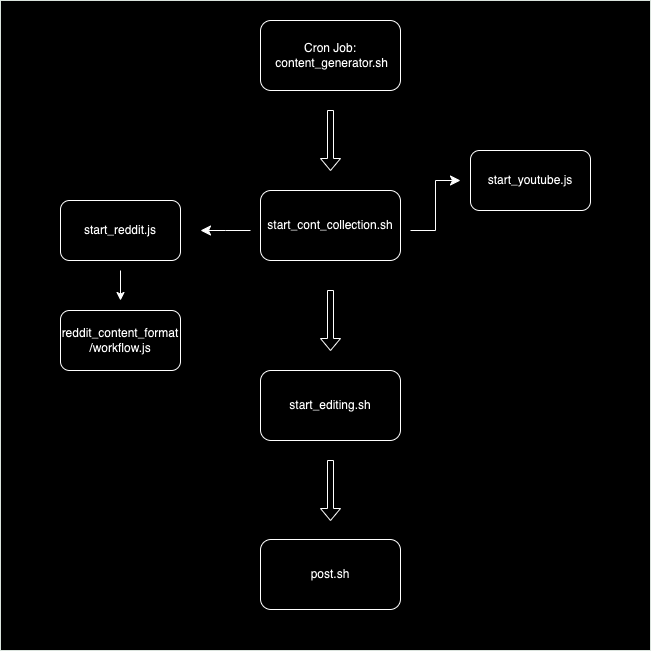
Above: diagrams/auto_cont_gen.drawio.png in KChun510/MediaMind (draw.io), before the change. Source tidied: cells renumbered, new cells last; positions are measured from the earlier drawing's top-left corner, leaving out a move shared by most shapes.
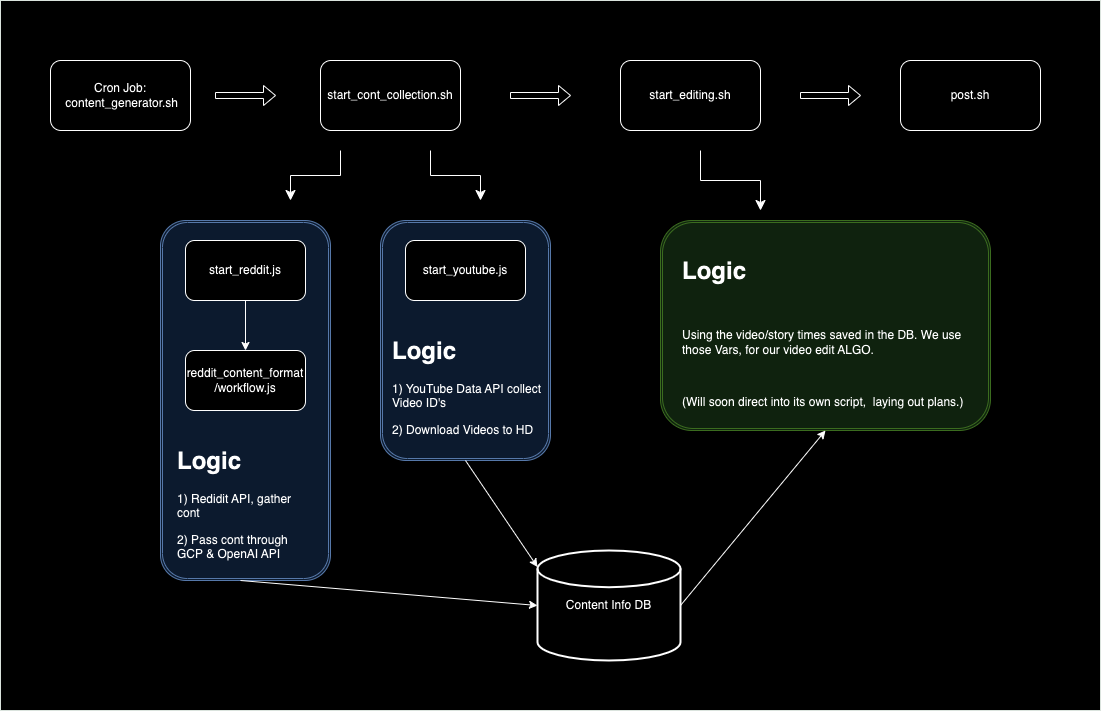
The same diagram one commit later.

Diff of the diagram source:
```diff
@@ -3,55 +3,93 @@
     <mxCell id="0" />
     <mxCell id="1" parent="0" />
     <mxCell id="2" style="verticalLabelPosition=bottom;verticalAlign=top;html=1;shadow=0;dashed=0;strokeWidth=1;shape=mxgraph.ios.iBgFlat;strokeColor=#18211b;" parent="1" vertex="1">
-      <mxGeometry width="650" height="650" as="geometry" />
+      <mxGeometry width="1100" height="710" as="geometry" />
     </mxCell>
     <mxCell id="3" value="Cron Job:&lt;br&gt;&amp;nbsp;content_generator.sh" style="rounded=1;whiteSpace=wrap;html=1;" parent="1" vertex="1">
-      <mxGeometry x="260" y="20" width="140" height="70" as="geometry" />
+      <mxGeometry x="50" y="60" width="140" height="70" as="geometry" />
     </mxCell>
-    <mxCell id="4" style="shape=singleArrow;direction=south;whiteSpace=wrap;html=1;" parent="1" vertex="1">
-      <mxGeometry x="320" y="110" width="20" height="60" as="geometry" />
+    <mxCell id="4" style="shape=singleArrow;direction=south;whiteSpace=wrap;html=1;rotation=-90;" parent="1" vertex="1">
+      <mxGeometry x="235" y="65" width="20" height="60" as="geometry" />
     </mxCell>
     <mxCell id="5" value="start_cont_collection.sh" style="rounded=1;whiteSpace=wrap;html=1;" parent="1" vertex="1">
-      <mxGeometry x="260" y="190" width="140" height="70" as="geometry" />
+      <mxGeometry x="320" y="60" width="140" height="70" as="geometry" />
     </mxCell>
-    <mxCell id="6" style="edgeStyle=elbowEdgeStyle;elbow=horizontal;endArrow=classic;html=1;curved=0;rounded=0;endSize=8;startSize=8;" parent="1" edge="1">
-      <mxGeometry relative="1" as="geometry">
-        <mxPoint x="410" y="230" as="sourcePoint" />
-        <mxPoint x="460" y="180" as="targetPoint" />
-      </mxGeometry>
-    </mxCell>
-    <mxCell id="7" style="edgeStyle=elbowEdgeStyle;elbow=horizontal;endArrow=classic;html=1;curved=0;rounded=0;endSize=8;startSize=8;" parent="1" edge="1">
-      <mxGeometry relative="1" as="geometry">
-        <mxPoint x="250" y="230" as="sourcePoint" />
-        <mxPoint x="200" y="230" as="targetPoint" />
-      </mxGeometry>
-    </mxCell>
-    <mxCell id="8" value="start_reddit.js" style="rounded=1;whiteSpace=wrap;html=1;" parent="1" vertex="1">
-      <mxGeometry x="60" y="200" width="120" height="60" as="geometry" />
-    </mxCell>
-    <mxCell id="9" value="start_youtube.js" style="rounded=1;whiteSpace=wrap;html=1;" parent="1" vertex="1">
-      <mxGeometry x="470" y="150" width="120" height="60" as="geometry" />
-    </mxCell>
-    <mxCell id="10" style="shape=singleArrow;direction=south;whiteSpace=wrap;html=1;" parent="1" vertex="1">
-      <mxGeometry x="320" y="290" width="20" height="60" as="geometry" />
+    <mxCell id="10" style="shape=singleArrow;direction=south;whiteSpace=wrap;html=1;rotation=-90;" parent="1" vertex="1">
+      <mxGeometry x="530" y="65" width="20" height="60" as="geometry" />
     </mxCell>
+    <mxCell id="16" style="shape=ext;double=1;rounded=1;whiteSpace=wrap;html=1;fillColor=#dae8fc;strokeColor=#6c8ebf;" parent="1" vertex="1">
+      <mxGeometry x="160" y="220" width="170" height="360" as="geometry" />
+    </mxCell>
     <mxCell id="11" value="start_editing.sh" style="rounded=1;whiteSpace=wrap;html=1;" parent="1" vertex="1">
-      <mxGeometry x="260" y="370" width="140" height="70" as="geometry" />
+      <mxGeometry x="620" y="60" width="140" height="70" as="geometry" />
     </mxCell>
-    <mxCell id="12" style="shape=singleArrow;direction=south;whiteSpace=wrap;html=1;" parent="1" vertex="1">
-      <mxGeometry x="320" y="460" width="20" height="60" as="geometry" />
-    </mxCell>
     <mxCell id="13" value="post.sh" style="rounded=1;html=1;whiteSpace=wrap;" parent="1" vertex="1">
-      <mxGeometry x="260" y="539" width="140" height="70" as="geometry" />
+      <mxGeometry x="900" y="60" width="140" height="70" as="geometry" />
     </mxCell>
     <mxCell id="14" value="reddit_content_format&lt;div&gt;/workflow.js&lt;/div&gt;" style="rounded=1;html=1;whiteSpace=wrap;" parent="1" vertex="1">
-      <mxGeometry x="60" y="310" width="120" height="60" as="geometry" />
+      <mxGeometry x="185" y="350" width="120" height="60" as="geometry" />
     </mxCell>
-    <mxCell id="15" style="endArrow=classic;html=1;rounded=0;" parent="1" edge="1">
-      <mxGeometry relative="1" as="geometry">
-        <mxPoint x="120" y="270" as="sourcePoint" />
-        <mxPoint x="120" y="300" as="targetPoint" />
-      </mxGeometry>
-    </mxCell>
+    <mxCell id="8" value="start_reddit.js" style="rounded=1;whiteSpace=wrap;html=1;" parent="1" vertex="1">
+      <mxGeometry x="185" y="240" width="120" height="60" as="geometry" />
+    </mxCell>
+    <mxCell id="17" value="&lt;h1 style=&quot;margin-top: 0px;&quot;&gt;Logic&lt;/h1&gt;&lt;p&gt;1) Redidit API, gather cont&lt;/p&gt;&lt;p&gt;2) Pass cont through GCP &amp;amp; OpenAI API&lt;/p&gt;" style="text;html=1;whiteSpace=wrap;overflow=hidden;rounded=0;" parent="1" vertex="1">
+      <mxGeometry x="175" y="440" width="130" height="160" as="geometry" />
+    </mxCell>
+    <mxCell id="18" style="shape=ext;double=1;rounded=1;whiteSpace=wrap;html=1;fillColor=#dae8fc;strokeColor=#6c8ebf;" parent="1" vertex="1">
+      <mxGeometry x="380" y="220" width="170" height="240" as="geometry" />
+    </mxCell>
+    <mxCell id="9" value="start_youtube.js" style="rounded=1;whiteSpace=wrap;html=1;" parent="1" vertex="1">
+      <mxGeometry x="405" y="240" width="120" height="60" as="geometry" />
+    </mxCell>
+    <mxCell id="19" value="&lt;h1 style=&quot;margin-top: 0px;&quot;&gt;Logic&lt;/h1&gt;&lt;p&gt;1) YouTube Data API collect Video ID's&lt;/p&gt;&lt;p&gt;2) Download Videos to HD&lt;/p&gt;" style="text;html=1;whiteSpace=wrap;overflow=hidden;rounded=0;" parent="1" vertex="1">
+      <mxGeometry x="390" y="330" width="160" height="120" as="geometry" />
+    </mxCell>
+    <mxCell id="20" style="edgeStyle=elbowEdgeStyle;elbow=vertical;endArrow=classic;html=1;curved=0;rounded=0;endSize=8;startSize=8;" parent="1" edge="1">
+      <mxGeometry relative="1" as="geometry">
+        <mxPoint x="340" y="150" as="sourcePoint" />
+        <mxPoint x="290" y="200" as="targetPoint" />
+        <Array as="points">
+          <mxPoint x="280" y="175" />
+        </Array>
+      </mxGeometry>
+    </mxCell>
+    <mxCell id="21" style="edgeStyle=elbowEdgeStyle;elbow=vertical;endArrow=classic;html=1;curved=0;rounded=0;endSize=8;startSize=8;" parent="1" edge="1">
+      <mxGeometry relative="1" as="geometry">
+        <mxPoint x="430" y="150" as="sourcePoint" />
+        <mxPoint x="480" y="200" as="targetPoint" />
+      </mxGeometry>
+    </mxCell>
+    <mxCell id="22" style="shape=singleArrow;direction=south;whiteSpace=wrap;html=1;rotation=-90;" parent="1" vertex="1">
+      <mxGeometry x="820" y="65" width="20" height="60" as="geometry" />
+    </mxCell>
+    <mxCell id="23" style="endArrow=classic;html=1;rounded=0;exitX=0.5;exitY=1;exitDx=0;exitDy=0;entryX=0.5;entryY=0;entryDx=0;entryDy=0;" parent="1" edge="1" source="8" target="14">
+      <mxGeometry relative="1" as="geometry" />
+    </mxCell>
+    <mxCell id="24" value="Content Info DB" style="strokeWidth=2;html=1;shape=mxgraph.flowchart.database;whiteSpace=wrap;" parent="1" vertex="1">
+      <mxGeometry x="537" y="550" width="143" height="110" as="geometry" />
+    </mxCell>
+    <mxCell id="25" style="endArrow=classic;html=1;rounded=0;entryX=0;entryY=0.5;entryDx=0;entryDy=0;entryPerimeter=0;" parent="1" edge="1" target="24">
+      <mxGeometry relative="1" as="geometry">
+        <mxPoint x="240" y="580" as="sourcePoint" />
+      </mxGeometry>
+    </mxCell>
+    <mxCell id="26" style="endArrow=classic;html=1;rounded=0;entryX=0;entryY=0.15;entryDx=0;entryDy=0;entryPerimeter=0;exitX=0.5;exitY=1;exitDx=0;exitDy=0;" parent="1" edge="1" source="18" target="24">
+      <mxGeometry relative="1" as="geometry" />
+    </mxCell>
+    <mxCell id="27" style="edgeStyle=elbowEdgeStyle;elbow=vertical;endArrow=classic;html=1;curved=0;rounded=0;endSize=8;startSize=8;" parent="1" edge="1">
+      <mxGeometry relative="1" as="geometry">
+        <mxPoint x="700" y="150" as="sourcePoint" />
+        <mxPoint x="760" y="210" as="targetPoint" />
+      </mxGeometry>
+    </mxCell>
+    <mxCell id="28" style="shape=ext;double=1;rounded=1;whiteSpace=wrap;html=1;fillColor=#d5e8d4;strokeColor=#82b366;" parent="1" vertex="1">
+      <mxGeometry x="660" y="220" width="330" height="210" as="geometry" />
+    </mxCell>
+    <mxCell id="29" style="endArrow=classic;html=1;rounded=0;exitX=1;exitY=0.5;exitDx=0;exitDy=0;exitPerimeter=0;entryX=0.5;entryY=1;entryDx=0;entryDy=0;" parent="1" edge="1" source="24" target="28">
+      <mxGeometry relative="1" as="geometry" />
+    </mxCell>
+    <mxCell id="30" value="&lt;h1 style=&quot;margin-top: 0px;&quot;&gt;Logic&lt;/h1&gt;&lt;div&gt;&lt;br&gt;&lt;/div&gt;&lt;p&gt;Using the video/story times saved in the DB. We use those Vars, for our video edit ALGO.&amp;nbsp;&lt;/p&gt;&lt;p&gt;&lt;br&gt;&lt;/p&gt;&lt;p&gt;(Will soon direct into its own script,&amp;nbsp; laying out plans.)&lt;/p&gt;" style="text;html=1;whiteSpace=wrap;overflow=hidden;rounded=0;" parent="1" vertex="1">
+      <mxGeometry x="680" y="250" width="310" height="180" as="geometry" />
+    </mxCell>
   </root>
 </mxGraphModel>
```
